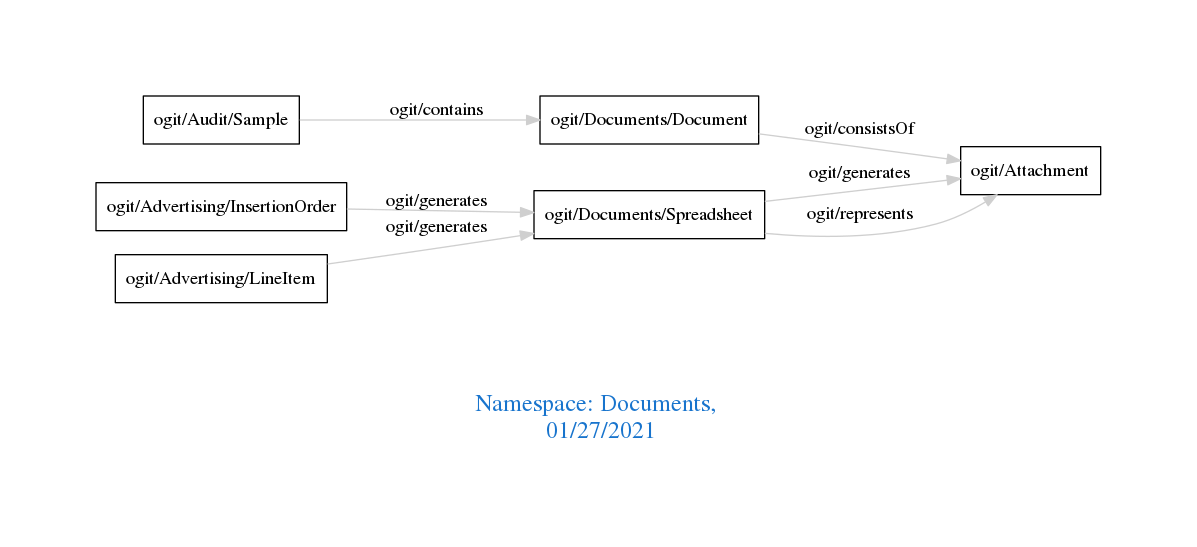
Before: downloads/Documents.png, a diagram exported from Graphviz (arago/OGIT). Its source is kept beside it as downloads/Documents.dot.
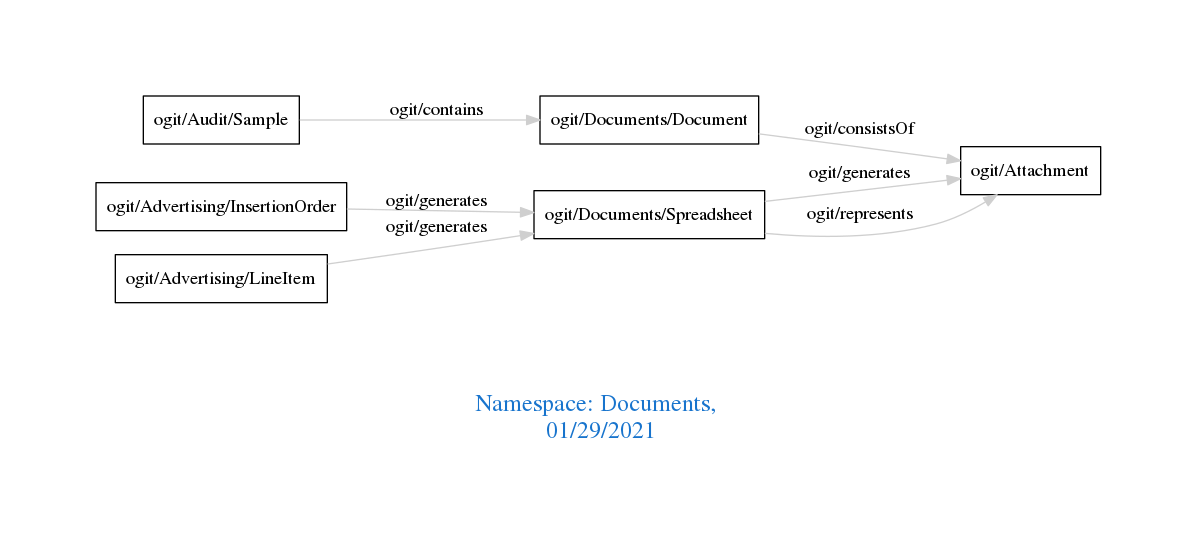
The same file after the commit.

Diff of the diagram source:
```diff
@@ -1,7 +1,7 @@
 digraph OGIT_ontology {
  graph [ rankdir= LR,pad=1
 fontsize = 18,
-fontcolor= dodgerblue3,label = "\n\n\nNamespace: Documents, \n 01/27/2021"];
+fontcolor= dodgerblue3,label = "\n\n\nNamespace: Documents, \n 01/29/2021"];
 node[shape=polygon];
 edge [  color="gray81"];
 
```
